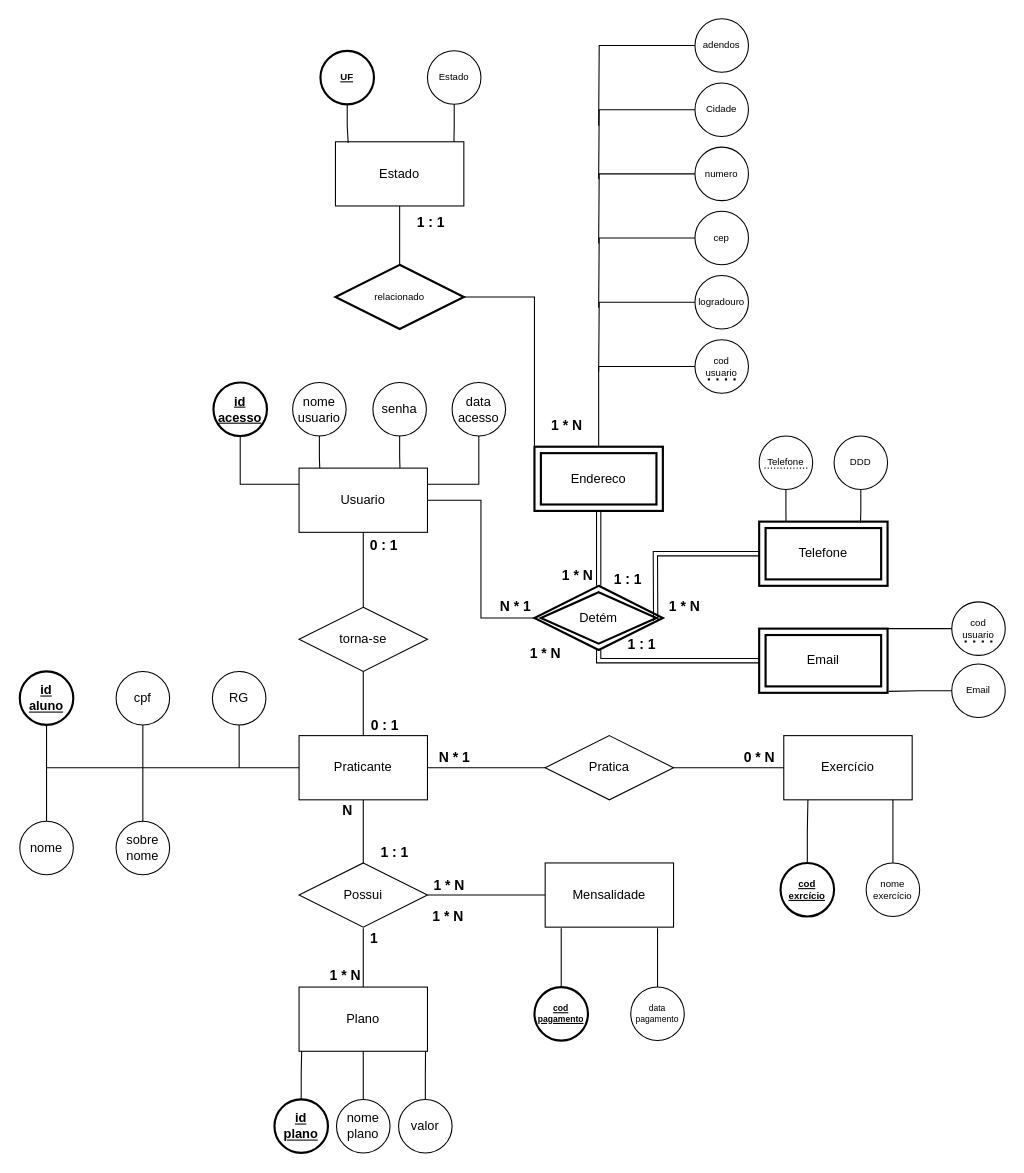
This is modelagem/Modelagem.drawio.xml from Rodrigo-369/academia, a draw.io file, before an edit. Source tidied: cells renumbered, new cells numbered last; positions are measured from the earlier drawing's top-left corner, leaving out a move shared by most shapes. Both pictures are drawn from the tidied source at 107%, with x=0, y=0 at pixel (19, 18).
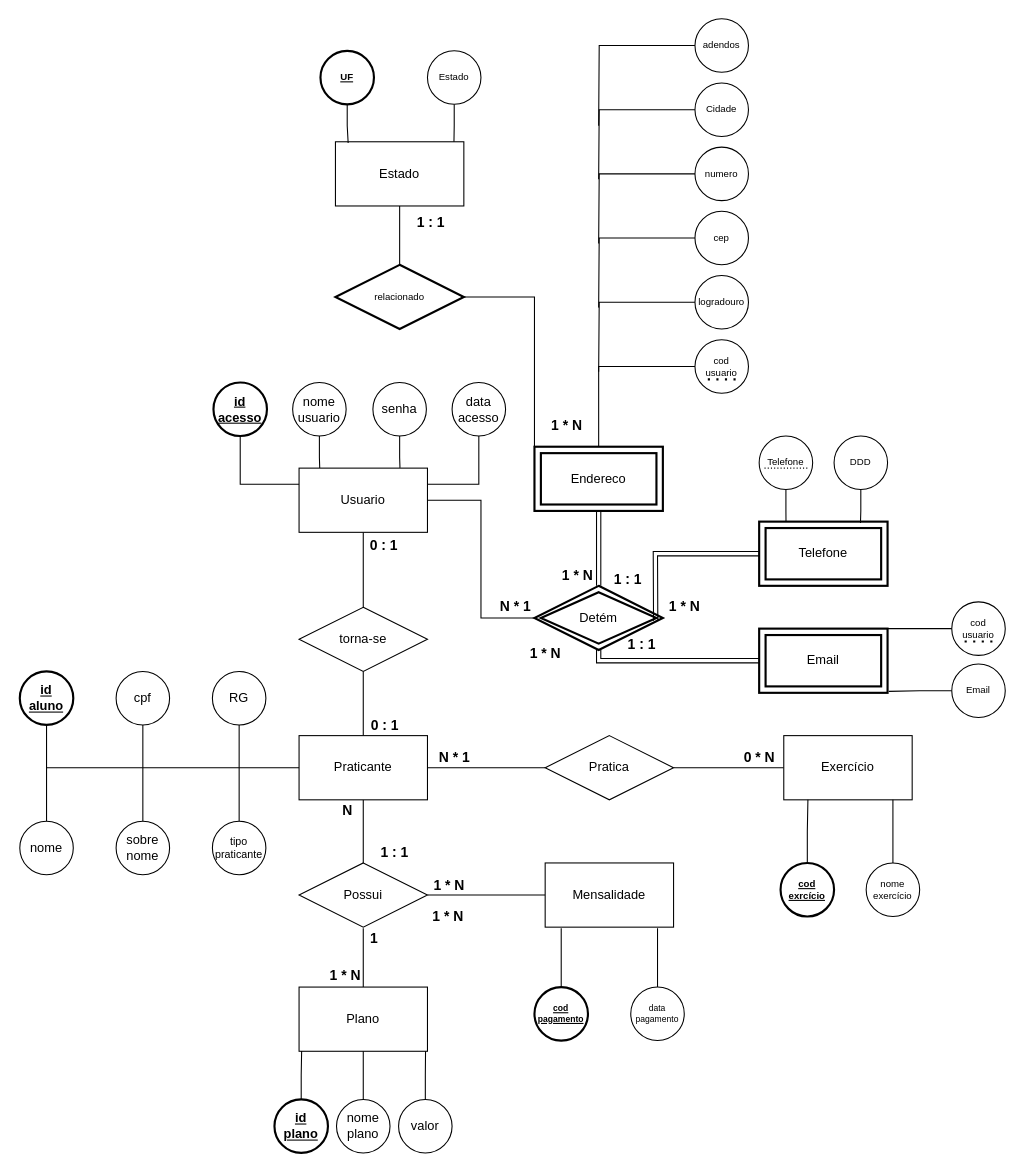
After the change.

Commit message (it also covers changes not shown here):
Modelagem corrigida

What changed in the source:
```diff
@@
+    <mxCell id="109" style="edgeStyle=orthogonalEdgeStyle;rounded=0;jettySize=auto;html=1;fontSize=9;endArrow=none;endFill=0;" parent="1" edge="1" source="110">
+      <mxGeometry relative="1" as="geometry">
+        <mxPoint x="205" y="700" as="targetPoint" />
+      </mxGeometry>
+    </mxCell>
+    <mxCell id="110" value="tipo&lt;br style=&quot;font-size: 10px;&quot;&gt;praticante" style="ellipse;whiteSpace=wrap;html=1;align=center;fontSize=10;" parent="1" vertex="1">
+      <mxGeometry x="180" y="750" width="50" height="50" as="geometry" />
+    </mxCell>
```
